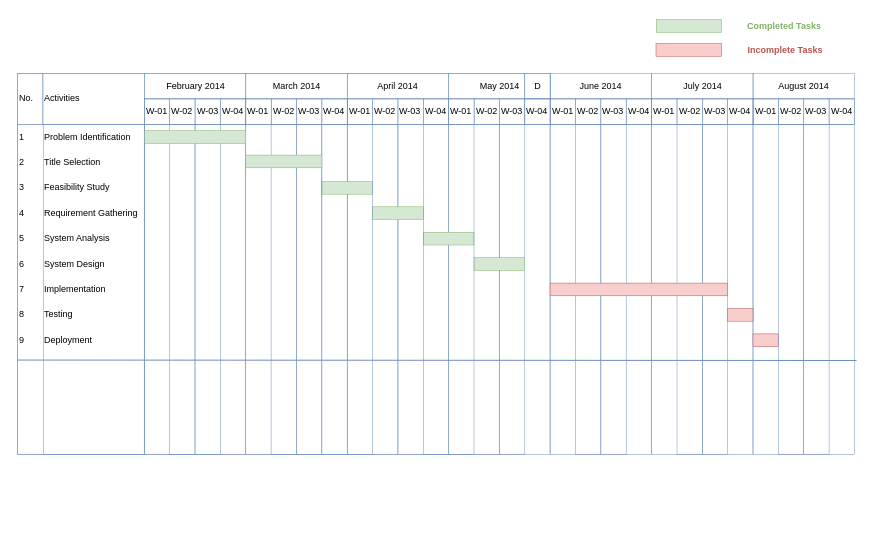
The draw.io diagram Gantt Chart Diagram.drawio in fasil712/UML_Diagram_Design, before the edit. Source tidied: cells renumbered, new cells numbered last; positions are measured from the earlier drawing's top-left corner, leaving out a move shared by most shapes. Both pictures are drawn from the tidied source at 100%, with x=0, y=0 at pixel (17, 17).
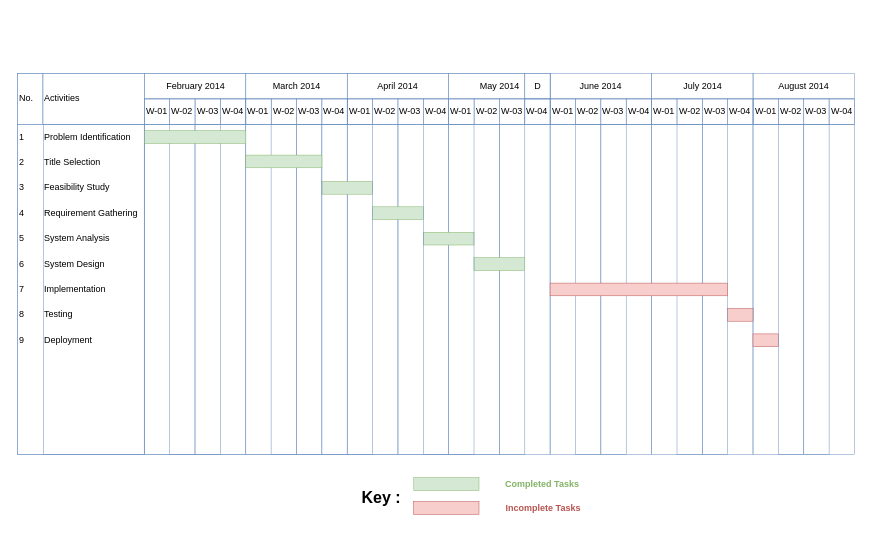
After the change.

The change refers to these unchanged cells:
```xml
<mxCell id="4" style="group;fillColor=none;fontSize=9;" parent="3" vertex="1">
  <mxGeometry width="837" height="381" as="geometry" />
</mxCell>
<mxCell id="10" style="strokeColor=#6c8ebf;fillColor=none;strokeWidth=0.5;shadow=0;dashed=0;align=left;html=1;shape=mxgraph.mockup.graphics.rrect;rSize=0;rounded=0;fontSize=9;fontStyle=0;" parent="5" vertex="1">
  <mxGeometry y="50.8" width="126.8" height="330.2" as="geometry" />
</mxCell>
```

Diff of the diagram source:
```diff
@@
     <mxCell id="2" style="group;" parent="1" vertex="1">
-      <mxGeometry width="837" height="437" as="geometry" />
+      <mxGeometry width="837" height="499" as="geometry" />
     </mxCell>
@@
-    <mxCell id="89" style="endArrow=none;html=1;rounded=0;fontSize=9;fontColor=#82B366;exitX=0;exitY=0.714;exitDx=0;exitDy=0;exitPerimeter=0;fillColor=#dae8fc;strokeColor=#6c8ebf;" parent="4" edge="1" source="10">
-      <mxGeometry relative="1" as="geometry">
-        <mxPoint x="839" y="287" as="targetPoint" />
-      </mxGeometry>
-    </mxCell>
@@
     <mxCell id="102" style="group;" parent="2" vertex="1">
-      <mxGeometry x="638.5" width="174.3" height="41" as="geometry" />
+      <mxGeometry x="396" y="458" width="174.3" height="41" as="geometry" />
     </mxCell>
@@
+    <mxCell id="107" value="&lt;span style=&quot;background-color: rgb(255, 255, 255);&quot;&gt;&lt;font style=&quot;font-size: 16px;&quot;&gt;&lt;b&gt;Key :&lt;/b&gt;&lt;/font&gt;&lt;/span&gt;" style="text;html=1;align=center;verticalAlign=middle;whiteSpace=wrap;rounded=0;labelBackgroundColor=none;labelBorderColor=none;fontSize=9;" parent="1" vertex="1">
+      <mxGeometry x="333" y="459" width="62" height="41" as="geometry" />
+    </mxCell>
```
